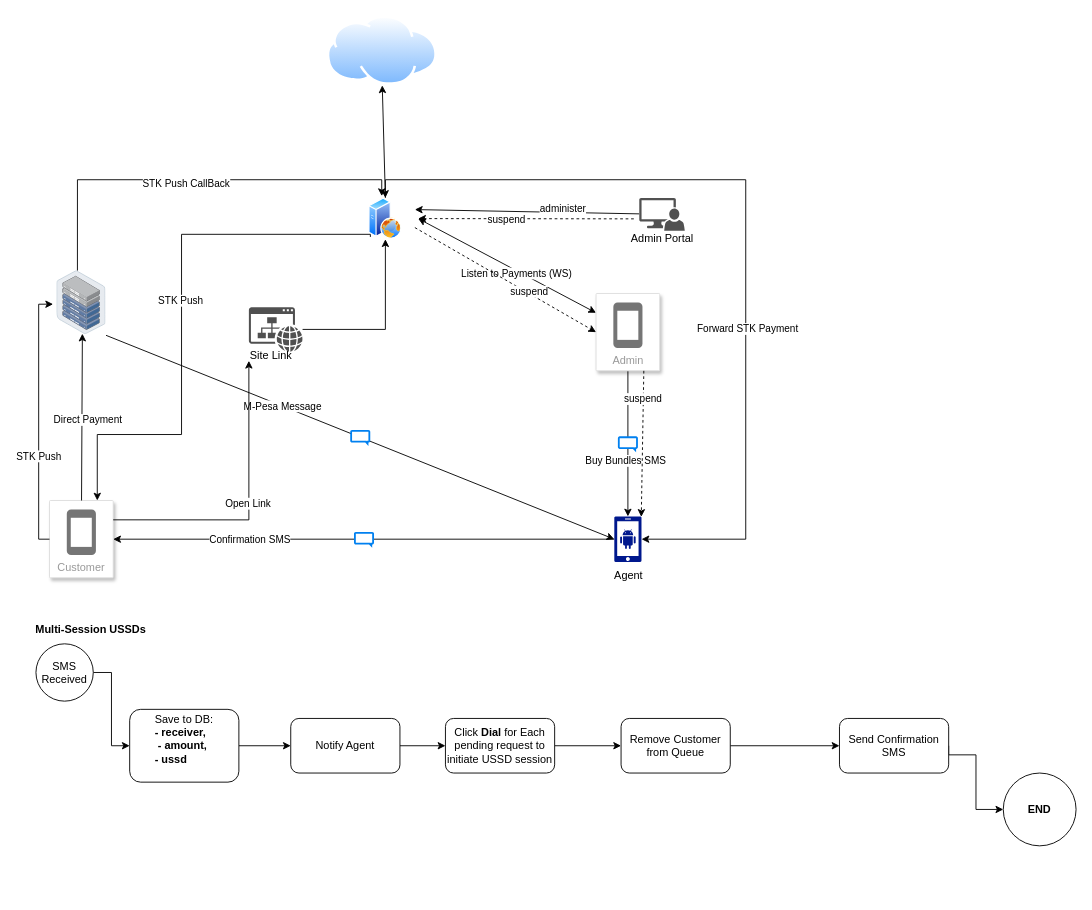
This is diagrams/Untitled Diagram.drawio from kariuki-joseph/drawio-diagrams, a draw.io file, before an edit. Source tidied: cells renumbered, new cells numbered last; positions are measured from the earlier drawing's top-left corner, leaving out a move shared by most shapes. Both pictures are drawn from the tidied source at 91%, with x=0, y=0 at pixel (26, 15).
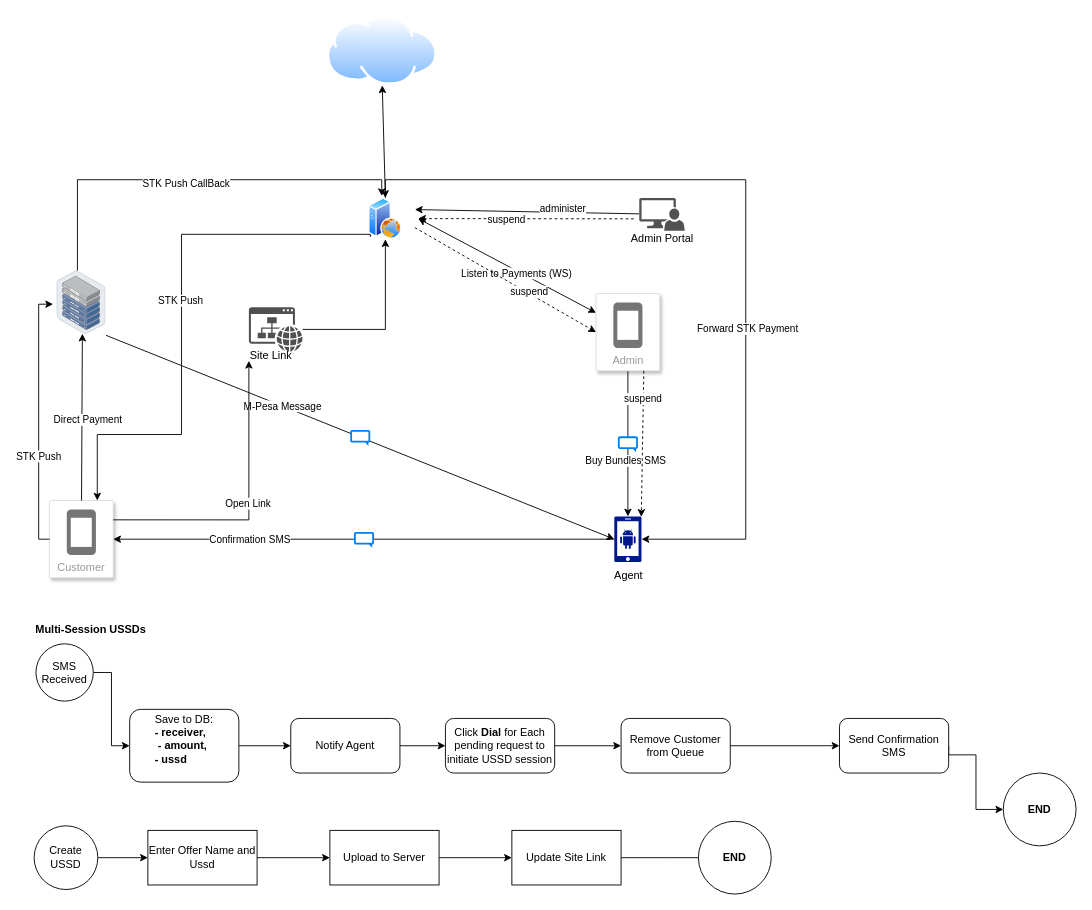
The same diagram, later.

The edit, as a diff of the source:
```diff
@@
+    <mxCell id="68" style="edgeStyle=orthogonalEdgeStyle;rounded=0;jettySize=auto;html=1;" parent="1" edge="1" source="69" target="71">
+      <mxGeometry relative="1" as="geometry" />
+    </mxCell>
+    <mxCell id="69" value="Create USSD" style="ellipse;whiteSpace=wrap;html=1;" parent="1" vertex="1">
+      <mxGeometry x="8" y="890" width="70" height="70" as="geometry" />
+    </mxCell>
+    <mxCell id="70" style="edgeStyle=orthogonalEdgeStyle;rounded=0;jettySize=auto;html=1;" parent="1" edge="1" source="71" target="73">
+      <mxGeometry relative="1" as="geometry" />
+    </mxCell>
+    <mxCell id="71" value="Enter Offer Name and Ussd" style="whiteSpace=wrap;html=1;" parent="1" vertex="1">
+      <mxGeometry x="133" y="895" width="120" height="60" as="geometry" />
+    </mxCell>
+    <mxCell id="72" style="edgeStyle=orthogonalEdgeStyle;rounded=0;jettySize=auto;html=1;" parent="1" edge="1" source="73" target="75">
+      <mxGeometry relative="1" as="geometry" />
+    </mxCell>
+    <mxCell id="73" value="Upload to Server" style="whiteSpace=wrap;html=1;" parent="1" vertex="1">
+      <mxGeometry x="333" y="895" width="120" height="60" as="geometry" />
+    </mxCell>
+    <mxCell id="74" style="edgeStyle=orthogonalEdgeStyle;rounded=0;jettySize=auto;html=1;" parent="1" edge="1" source="75">
+      <mxGeometry relative="1" as="geometry">
+        <mxPoint x="753" y="925" as="targetPoint" />
+      </mxGeometry>
+    </mxCell>
+    <mxCell id="75" value="Update Site Link" style="whiteSpace=wrap;html=1;" parent="1" vertex="1">
+      <mxGeometry x="533" y="895" width="120" height="60" as="geometry" />
+    </mxCell>
+    <mxCell id="76" value="&lt;b&gt;END&lt;/b&gt;" style="ellipse;whiteSpace=wrap;html=1;" parent="1" vertex="1">
+      <mxGeometry x="738" y="885" width="80" height="80" as="geometry" />
+    </mxCell>
```
